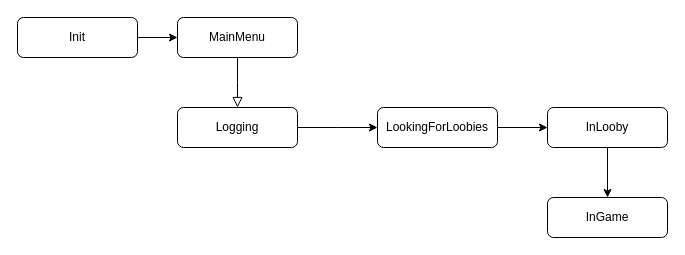
Above: GameFlow.drawio in SLagos/GameOff2024 (draw.io), before the change. Source tidied: cells renumbered, new cells numbered last; positions are measured from the earlier drawing's top-left corner, leaving out a move shared by most shapes. Both pictures are drawn from the tidied source at 100%, with x=0, y=0 at pixel (17, 17).
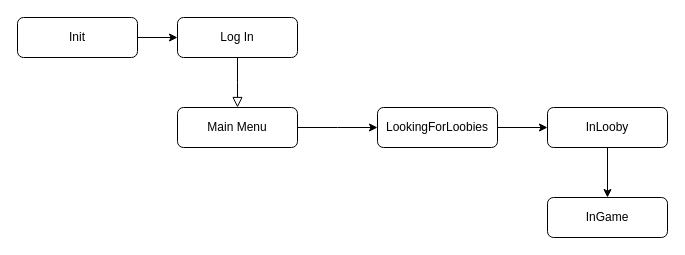
The same diagram, later.

Commit message:
fixing current flow

What changed in the source:
```diff
@@
 <mxGraphModel>
   <root>
     <mxCell id="0" />
     <mxCell id="1" parent="0" />
     <mxCell id="2" style="rounded=0;html=1;jettySize=auto;fontSize=11;endArrow=block;endFill=0;endSize=8;strokeWidth=1;shadow=0;labelBackgroundColor=none;edgeStyle=orthogonalEdgeStyle;" parent="1" edge="1" source="3">
       <mxGeometry relative="1" as="geometry">
         <mxPoint x="220" y="90" as="targetPoint" />
       </mxGeometry>
     </mxCell>
-    <mxCell id="3" value="MainMenu" style="rounded=1;whiteSpace=wrap;html=1;fontSize=12;glass=0;strokeWidth=1;shadow=0;" parent="1" vertex="1">
+    <mxCell id="3" value="Log In" style="rounded=1;whiteSpace=wrap;html=1;fontSize=12;glass=0;strokeWidth=1;shadow=0;" parent="1" vertex="1">
       <mxGeometry x="160" width="120" height="40" as="geometry" />
     </mxCell>
     <mxCell id="4" style="edgeStyle=orthogonalEdgeStyle;rounded=0;jettySize=auto;html=1;" parent="1" edge="1" source="5">
       <mxGeometry relative="1" as="geometry">
         <mxPoint x="360" y="110" as="targetPoint" />
       </mxGeometry>
     </mxCell>
-    <mxCell id="5" value="Logging" style="rounded=1;whiteSpace=wrap;html=1;fontSize=12;glass=0;strokeWidth=1;shadow=0;" parent="1" vertex="1">
+    <mxCell id="5" value="Main Menu" style="rounded=1;whiteSpace=wrap;html=1;fontSize=12;glass=0;strokeWidth=1;shadow=0;" parent="1" vertex="1">
       <mxGeometry x="160" y="90" width="120" height="40" as="geometry" />
     </mxCell>
     <mxCell id="6" style="edgeStyle=orthogonalEdgeStyle;rounded=0;jettySize=auto;html=1;entryX=0;entryY=0.5;entryDx=0;entryDy=0;" parent="1" edge="1" source="7" target="9">
       <mxGeometry relative="1" as="geometry" />
     </mxCell>
     <mxCell id="7" value="LookingForLoobies" style="rounded=1;whiteSpace=wrap;html=1;fontSize=12;glass=0;strokeWidth=1;shadow=0;" parent="1" vertex="1">
       <mxGeometry x="360" y="90" width="120" height="40" as="geometry" />
     </mxCell>
     <mxCell id="8" style="edgeStyle=orthogonalEdgeStyle;rounded=0;jettySize=auto;html=1;entryX=0.5;entryY=0;entryDx=0;entryDy=0;" parent="1" edge="1" source="9" target="10">
       <mxGeometry relative="1" as="geometry" />
     </mxCell>
     <mxCell id="9" value="InLooby" style="rounded=1;whiteSpace=wrap;html=1;fontSize=12;glass=0;strokeWidth=1;shadow=0;" parent="1" vertex="1">
       <mxGeometry x="530" y="90" width="120" height="40" as="geometry" />
     </mxCell>
     <mxCell id="10" value="InGame" style="rounded=1;whiteSpace=wrap;html=1;fontSize=12;glass=0;strokeWidth=1;shadow=0;" parent="1" vertex="1">
       <mxGeometry x="530" y="180" width="120" height="40" as="geometry" />
     </mxCell>
     <mxCell id="11" style="edgeStyle=orthogonalEdgeStyle;rounded=0;jettySize=auto;html=1;entryX=0;entryY=0.5;entryDx=0;entryDy=0;" parent="1" edge="1" source="12" target="3">
       <mxGeometry relative="1" as="geometry" />
     </mxCell>
     <mxCell id="12" value="Init" style="rounded=1;whiteSpace=wrap;html=1;fontSize=12;glass=0;strokeWidth=1;shadow=0;" parent="1" vertex="1">
       <mxGeometry width="120" height="40" as="geometry" />
     </mxCell>
   </root>
 </mxGraphModel>
```
